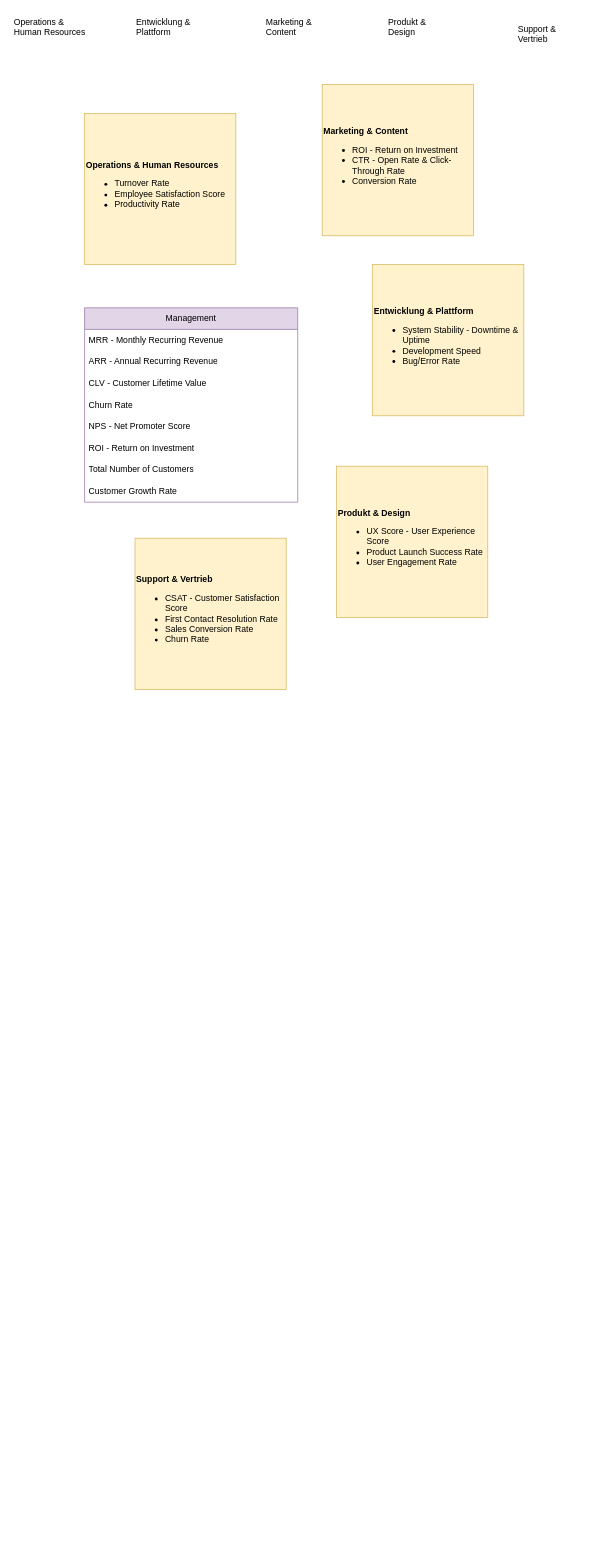
The draw.io diagram Başlıksız Diyagram.drawio in amurataksoy/Drafts, before the edit. Source tidied: cells renumbered, new cells numbered last; positions are measured from the earlier drawing's top-left corner, leaving out a move shared by most shapes. Both pictures are drawn from the tidied source at 72%, with x=0, y=0 at pixel (12, 12).
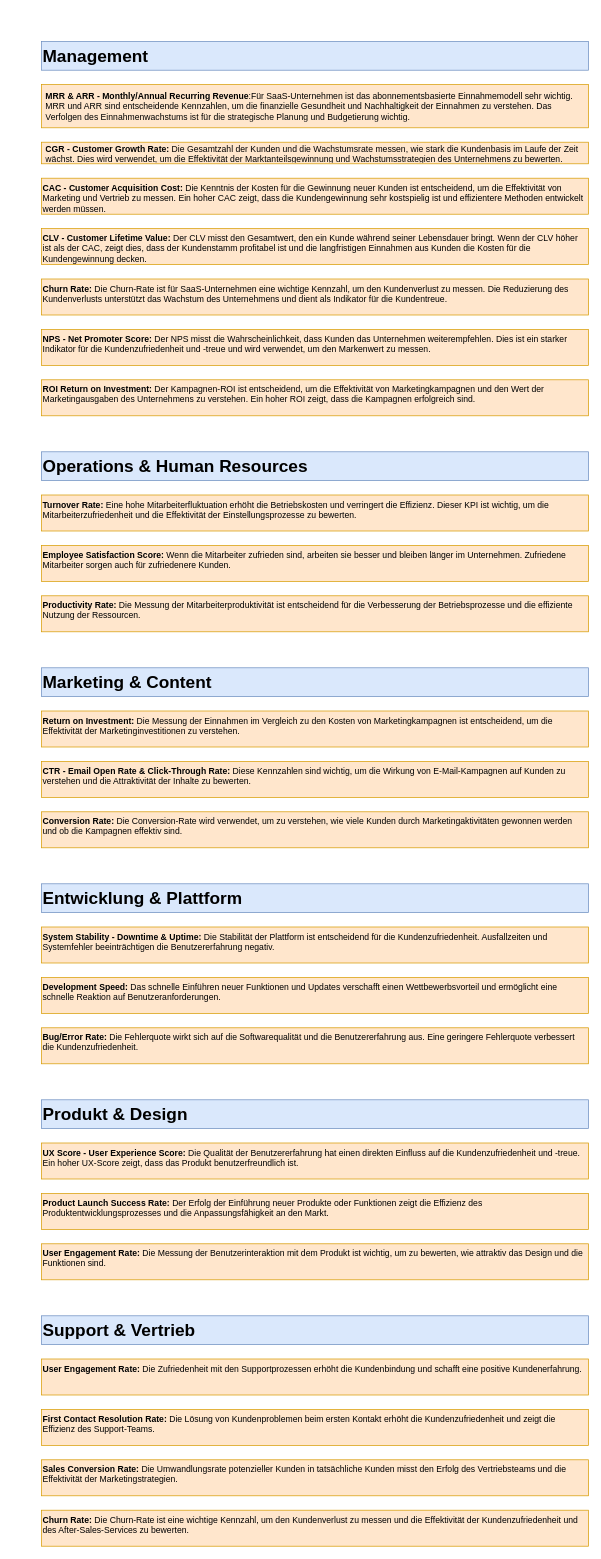
The same page after the edit.

Diff of the diagram source:
```diff
@@
-    <mxCell id="2" value="Operations &amp; &#10;Human Resources" style="text;whiteSpace=wrap;html=1;" parent="1" vertex="1">
-      <mxGeometry width="130" height="50" as="geometry" />
-    </mxCell>
-    <mxCell id="3" value="Entwicklung &amp; &#10;Plattform" style="text;whiteSpace=wrap;html=1;" parent="1" vertex="1">
-      <mxGeometry x="170" width="110" height="50" as="geometry" />
-    </mxCell>
-    <mxCell id="4" value="Produkt &amp; &#10;Design" style="text;whiteSpace=wrap;html=1;" parent="1" vertex="1">
-      <mxGeometry x="520" width="90" height="50" as="geometry" />
-    </mxCell>
-    <mxCell id="5" value="Support &amp; &#10;Vertrieb" style="text;whiteSpace=wrap;html=1;" parent="1" vertex="1">
-      <mxGeometry x="700" y="10" width="90" height="50" as="geometry" />
-    </mxCell>
-    <mxCell id="6" value="Marketing &amp; &#10;Content" style="text;whiteSpace=wrap;html=1;" parent="1" vertex="1">
-      <mxGeometry x="350" width="100" height="50" as="geometry" />
-    </mxCell>
-    <mxCell id="7" value="Management" style="swimlane;fontStyle=0;horizontal=1;startSize=30;whiteSpace=wrap;html=1;fillColor=#e1d5e7;strokeColor=#9673a6;" parent="1" vertex="1">
-      <mxGeometry x="100" y="410" width="296" height="270" as="geometry" />
+    <mxCell id="7" value="&lt;div style=&quot;&quot;&gt;&lt;span style=&quot;background-color: initial;&quot;&gt;&lt;font style=&quot;font-size: 24px;&quot;&gt;&lt;b style=&quot;&quot;&gt;Management&lt;/b&gt;&lt;/font&gt;&lt;/span&gt;&lt;/div&gt;" style="text;whiteSpace=wrap;html=1;fillColor=#dae8fc;strokeColor=#6c8ebf;align=left;" parent="1" vertex="1">
+      <mxGeometry x="40" y="40" width="760" height="40" as="geometry" />
     </mxCell>
-    <mxCell id="8" value="MRR - Monthly Recurring Revenue" style="text;strokeColor=none;fillColor=none;align=left;verticalAlign=middle;spacingLeft=4;spacingRight=4;overflow=hidden;whiteSpace=wrap;html=1;" parent="7" vertex="1">
-      <mxGeometry y="30" width="296" height="30" as="geometry" />
+    <mxCell id="8" value="&lt;b&gt;MRR &amp;amp; ARR - Monthly/Annual Recurring Revenue&lt;/b&gt;:Für SaaS-Unternehmen ist das abonnementsbasierte Einnahmemodell sehr wichtig. MRR und ARR sind entscheidende Kennzahlen, um die finanzielle Gesundheit und Nachhaltigkeit der Einnahmen zu verstehen. Das Verfolgen des Einnahmenwachstums ist für die strategische Planung und Budgetierung wichtig." style="text;strokeColor=#d79b00;fillColor=#ffe6cc;align=left;verticalAlign=middle;spacingLeft=4;spacingRight=4;overflow=hidden;whiteSpace=wrap;html=1;" parent="1" vertex="1">
+      <mxGeometry x="40" y="100" width="760" height="60" as="geometry" />
     </mxCell>
-    <mxCell id="9" value="ARR - Annual Recurring Revenue" style="text;strokeColor=none;fillColor=none;align=left;verticalAlign=middle;spacingLeft=4;spacingRight=4;overflow=hidden;whiteSpace=wrap;html=1;" parent="7" vertex="1">
-      <mxGeometry y="60" width="296" height="30" as="geometry" />
-    </mxCell>
-    <mxCell id="10" value="CLV - Customer Lifetime Value" style="text;strokeColor=none;fillColor=none;align=left;verticalAlign=middle;spacingLeft=4;spacingRight=4;overflow=hidden;whiteSpace=wrap;html=1;" parent="7" vertex="1">
-      <mxGeometry y="90" width="296" height="30" as="geometry" />
-    </mxCell>
-    <mxCell id="11" value="Churn Rate" style="text;strokeColor=none;fillColor=none;align=left;verticalAlign=middle;spacingLeft=4;spacingRight=4;overflow=hidden;whiteSpace=wrap;html=1;" parent="7" vertex="1">
-      <mxGeometry y="120" width="296" height="30" as="geometry" />
-    </mxCell>
-    <mxCell id="12" value="NPS - Net Promoter Score" style="text;strokeColor=none;fillColor=none;align=left;verticalAlign=middle;spacingLeft=4;spacingRight=4;overflow=hidden;whiteSpace=wrap;html=1;" parent="7" vertex="1">
-      <mxGeometry y="150" width="296" height="30" as="geometry" />
-    </mxCell>
-    <mxCell id="13" value="ROI - Return on Investment" style="text;strokeColor=none;fillColor=none;align=left;verticalAlign=middle;spacingLeft=4;spacingRight=4;overflow=hidden;whiteSpace=wrap;html=1;" parent="7" vertex="1">
-      <mxGeometry y="180" width="296" height="30" as="geometry" />
-    </mxCell>
-    <mxCell id="14" value="Total Number of Customers" style="text;strokeColor=none;fillColor=none;align=left;verticalAlign=middle;spacingLeft=4;spacingRight=4;overflow=hidden;whiteSpace=wrap;html=1;" parent="7" vertex="1">
-      <mxGeometry y="210" width="296" height="30" as="geometry" />
+    <mxCell id="14" value="&lt;b&gt;CGR - Customer Growth Rate:&lt;/b&gt;&amp;nbsp;Die Gesamtzahl der Kunden und die Wachstumsrate messen, wie stark die Kundenbasis im Laufe der Zeit wächst. Dies wird verwendet, um die Effektivität der Marktanteilsgewinnung und Wachstumsstrategien des Unternehmens zu bewerten." style="text;strokeColor=#d79b00;fillColor=#ffe6cc;align=left;verticalAlign=middle;spacingLeft=4;spacingRight=4;overflow=hidden;whiteSpace=wrap;html=1;" parent="1" vertex="1">
+      <mxGeometry x="40" y="180" width="760" height="30" as="geometry" />
     </mxCell>
-    <mxCell id="15" value="Customer Growth Rate" style="text;strokeColor=none;fillColor=none;align=left;verticalAlign=middle;spacingLeft=4;spacingRight=4;overflow=hidden;whiteSpace=wrap;html=1;" parent="7" vertex="1">
-      <mxGeometry y="240" width="296" height="30" as="geometry" />
-    </mxCell>
-    <mxCell id="16" value="&lt;div&gt;&lt;b&gt;&lt;span style=&quot;&quot;&gt;Operations &amp;amp;&amp;nbsp;&lt;/span&gt;&lt;span style=&quot;&quot;&gt;Human Resources&lt;/span&gt;&lt;/b&gt;&lt;/div&gt;&lt;div&gt;&lt;ul&gt;&lt;li style=&quot;&quot;&gt;&lt;span style=&quot;&quot;&gt;Turnover Rate&lt;/span&gt;&lt;/li&gt;&lt;li&gt;&lt;span style=&quot;&quot;&gt;Employee Satisfaction Score&lt;/span&gt;&lt;/li&gt;&lt;li style=&quot;&quot;&gt;&lt;span style=&quot;&quot;&gt;Productivity Rate&lt;/span&gt;&lt;/li&gt;&lt;/ul&gt;&lt;/div&gt;" style="whiteSpace=wrap;html=1;align=left;fillColor=#fff2cc;strokeColor=#d6b656;" parent="1" vertex="1">
-      <mxGeometry x="100" y="140" width="210" height="210" as="geometry" />
-    </mxCell>
-    <mxCell id="17" value="&lt;div&gt;&lt;span style=&quot;background-color: initial;&quot;&gt;&lt;b&gt;Marketing &amp;amp; Content&lt;/b&gt;&lt;/span&gt;&lt;/div&gt;&lt;div&gt;&lt;ul&gt;&lt;li style=&quot;&quot;&gt;&lt;span style=&quot;background-color: initial;&quot;&gt;ROI - Return on Investment&lt;/span&gt;&lt;/li&gt;&lt;li style=&quot;&quot;&gt;&lt;span style=&quot;background-color: initial;&quot;&gt;CTR - Open Rate &amp;amp; Click-Through Rate&lt;/span&gt;&lt;/li&gt;&lt;li style=&quot;&quot;&gt;Conversion Rate&lt;/li&gt;&lt;/ul&gt;&lt;/div&gt;" style="whiteSpace=wrap;html=1;align=left;fillColor=#fff2cc;strokeColor=#d6b656;" parent="1" vertex="1">
-      <mxGeometry x="430" y="100" width="210" height="210" as="geometry" />
-    </mxCell>
-    <mxCell id="18" value="&lt;div&gt;&lt;span style=&quot;background-color: initial;&quot;&gt;&lt;b&gt;Entwicklung &amp;amp; Plattform&lt;/b&gt;&lt;/span&gt;&lt;/div&gt;&lt;div&gt;&lt;ul&gt;&lt;li style=&quot;&quot;&gt;&lt;span style=&quot;background-color: initial;&quot;&gt;System Stability - Downtime &amp;amp; Uptime&lt;/span&gt;&lt;/li&gt;&lt;li style=&quot;&quot;&gt;&lt;span style=&quot;background-color: initial;&quot;&gt;Development Speed&lt;/span&gt;&lt;/li&gt;&lt;li style=&quot;&quot;&gt;Bug/Error Rate&lt;/li&gt;&lt;/ul&gt;&lt;/div&gt;" style="whiteSpace=wrap;html=1;align=left;fillColor=#fff2cc;strokeColor=#d6b656;" parent="1" vertex="1">
-      <mxGeometry x="500" y="350" width="210" height="210" as="geometry" />
-    </mxCell>
-    <mxCell id="19" value="&lt;div&gt;&lt;span style=&quot;background-color: initial;&quot;&gt;&lt;b&gt;Produkt &amp;amp; Design&lt;/b&gt;&lt;/span&gt;&lt;/div&gt;&lt;div&gt;&lt;ul&gt;&lt;li style=&quot;&quot;&gt;&lt;span style=&quot;background-color: initial;&quot;&gt;UX Score - User Experience Score&lt;/span&gt;&lt;/li&gt;&lt;li style=&quot;&quot;&gt;&lt;span style=&quot;background-color: initial;&quot;&gt;Product Launch Success Rate&lt;/span&gt;&lt;/li&gt;&lt;li style=&quot;&quot;&gt;User Engagement Rate&lt;/li&gt;&lt;/ul&gt;&lt;/div&gt;" style="whiteSpace=wrap;html=1;align=left;fillColor=#fff2cc;strokeColor=#d6b656;" parent="1" vertex="1">
-      <mxGeometry x="450" y="630" width="210" height="210" as="geometry" />
-    </mxCell>
-    <mxCell id="20" value="&lt;div&gt;&lt;span style=&quot;background-color: initial;&quot;&gt;&lt;b&gt;Support &amp;amp; Vertrieb&lt;/b&gt;&lt;/span&gt;&lt;/div&gt;&lt;div&gt;&lt;ul&gt;&lt;li style=&quot;&quot;&gt;&lt;span style=&quot;background-color: initial;&quot;&gt;CSAT - Customer Satisfaction Score&lt;/span&gt;&lt;/li&gt;&lt;li style=&quot;&quot;&gt;&lt;span style=&quot;background-color: initial;&quot;&gt;First Contact Resolution Rate&lt;/span&gt;&lt;/li&gt;&lt;li style=&quot;&quot;&gt;Sales Conversion Rate&lt;/li&gt;&lt;li style=&quot;&quot;&gt;Churn Rate&lt;/li&gt;&lt;/ul&gt;&lt;/div&gt;" style="whiteSpace=wrap;html=1;align=left;fillColor=#fff2cc;strokeColor=#d6b656;" parent="1" vertex="1">
-      <mxGeometry x="170" y="730" width="210" height="210" as="geometry" />
-    </mxCell>
+    <mxCell id="21" value="&lt;b&gt;CAC - Customer Acquisition Cost:&lt;/b&gt;&amp;nbsp;Die Kenntnis der Kosten für die Gewinnung neuer Kunden ist entscheidend, um die Effektivität von Marketing und Vertrieb zu messen. Ein hoher CAC zeigt, dass die Kundengewinnung sehr kostspielig ist und effizientere Methoden entwickelt werden müssen." style="text;whiteSpace=wrap;html=1;fillColor=#ffe6cc;strokeColor=#d79b00;" parent="1" vertex="1">
+      <mxGeometry x="40" y="230" width="760" height="50" as="geometry" />
+    </mxCell>
+    <mxCell id="22" value="&lt;b&gt;CLV - Customer Lifetime Value:&lt;/b&gt;&amp;nbsp;Der CLV misst den Gesamtwert, den ein Kunde während seiner Lebensdauer bringt. Wenn der CLV höher ist als der CAC, zeigt dies, dass der Kundenstamm profitabel ist und die langfristigen Einnahmen aus Kunden die Kosten für die Kundengewinnung decken." style="text;whiteSpace=wrap;html=1;fillColor=#ffe6cc;strokeColor=#d79b00;" parent="1" vertex="1">
+      <mxGeometry x="40" y="300" width="760" height="50" as="geometry" />
+    </mxCell>
+    <mxCell id="23" value="&lt;b&gt;Churn Rate:&lt;/b&gt;&amp;nbsp;Die Churn-Rate ist für SaaS-Unternehmen eine wichtige Kennzahl, um den Kundenverlust zu messen. Die Reduzierung des Kundenverlusts unterstützt das Wachstum des Unternehmens und dient als Indikator für die Kundentreue." style="text;whiteSpace=wrap;html=1;fillColor=#ffe6cc;strokeColor=#d79b00;" parent="1" vertex="1">
+      <mxGeometry x="40" y="370" width="760" height="50" as="geometry" />
+    </mxCell>
+    <mxCell id="24" value="&lt;b&gt;NPS - Net Promoter Score:&lt;/b&gt;&amp;nbsp;Der NPS misst die Wahrscheinlichkeit, dass Kunden das Unternehmen weiterempfehlen. Dies ist ein starker Indikator für die Kundenzufriedenheit und -treue und wird verwendet, um den Markenwert zu messen." style="text;whiteSpace=wrap;html=1;fillColor=#ffe6cc;strokeColor=#d79b00;" parent="1" vertex="1">
+      <mxGeometry x="40" y="440" width="760" height="50" as="geometry" />
+    </mxCell>
+    <mxCell id="25" value="&lt;b&gt;ROI Return on Investment:&lt;/b&gt;&amp;nbsp;Der Kampagnen-ROI ist entscheidend, um die Effektivität von Marketingkampagnen und den Wert der Marketingausgaben des Unternehmens zu verstehen. Ein hoher ROI zeigt, dass die Kampagnen erfolgreich sind." style="text;whiteSpace=wrap;html=1;fillColor=#ffe6cc;strokeColor=#d79b00;" parent="1" vertex="1">
+      <mxGeometry x="40" y="510" width="760" height="50" as="geometry" />
+    </mxCell>
+    <mxCell id="2" value="&lt;div style=&quot;&quot;&gt;&lt;div&gt;&lt;b&gt;&lt;font style=&quot;font-size: 24px;&quot;&gt;Operations &amp;amp;&amp;nbsp;Human Resources&lt;/font&gt;&lt;/b&gt;&lt;/div&gt;&lt;div&gt;&lt;b&gt;&lt;br&gt;&lt;/b&gt;&lt;/div&gt;&lt;div&gt;&lt;ul&gt;&lt;/ul&gt;&lt;/div&gt;&lt;/div&gt;" style="text;whiteSpace=wrap;html=1;fillColor=#dae8fc;strokeColor=#6c8ebf;align=left;" parent="1" vertex="1">
+      <mxGeometry x="40" y="610" width="760" height="40" as="geometry" />
+    </mxCell>
+    <mxCell id="26" value="&lt;b&gt;Turnover Rate:&lt;/b&gt;&amp;nbsp;Eine hohe Mitarbeiterfluktuation erhöht die Betriebskosten und verringert die Effizienz. Dieser KPI ist wichtig, um die Mitarbeiterzufriedenheit und die Effektivität der Einstellungsprozesse zu bewerten." style="text;whiteSpace=wrap;html=1;fillColor=#ffe6cc;strokeColor=#d79b00;" parent="1" vertex="1">
+      <mxGeometry x="40" y="670" width="760" height="50" as="geometry" />
+    </mxCell>
+    <mxCell id="27" value="&lt;b&gt;Employee Satisfaction Score:&lt;/b&gt;&amp;nbsp;Wenn die Mitarbeiter zufrieden sind, arbeiten sie besser und bleiben länger im Unternehmen. Zufriedene Mitarbeiter sorgen auch für zufriedenere Kunden." style="text;whiteSpace=wrap;html=1;fillColor=#ffe6cc;strokeColor=#d79b00;" parent="1" vertex="1">
+      <mxGeometry x="40" y="740" width="760" height="50" as="geometry" />
+    </mxCell>
+    <mxCell id="28" value="&lt;b&gt;Productivity Rate:&lt;/b&gt;&amp;nbsp;Die Messung der Mitarbeiterproduktivität ist entscheidend für die Verbesserung der Betriebsprozesse und die effiziente Nutzung der Ressourcen." style="text;whiteSpace=wrap;html=1;fillColor=#ffe6cc;strokeColor=#d79b00;" parent="1" vertex="1">
+      <mxGeometry x="40" y="810" width="760" height="50" as="geometry" />
+    </mxCell>
+    <mxCell id="6" value="&lt;div style=&quot;&quot;&gt;&lt;div&gt;&lt;span style=&quot;background-color: initial;&quot;&gt;&lt;font style=&quot;font-size: 24px;&quot;&gt;&lt;b&gt;Marketing &amp;amp; Content&lt;/b&gt;&lt;/font&gt;&lt;/span&gt;&lt;/div&gt;&lt;div&gt;&lt;b&gt;&lt;br&gt;&lt;/b&gt;&lt;/div&gt;&lt;div&gt;&lt;ul&gt;&lt;/ul&gt;&lt;/div&gt;&lt;/div&gt;" style="text;whiteSpace=wrap;html=1;fillColor=#dae8fc;strokeColor=#6c8ebf;align=left;" parent="1" vertex="1">
+      <mxGeometry x="40" y="910" width="760" height="40" as="geometry" />
+    </mxCell>
+    <mxCell id="29" value="&lt;b&gt;Return on Investment:&lt;/b&gt;&amp;nbsp;Die Messung der Einnahmen im Vergleich zu den Kosten von Marketingkampagnen ist entscheidend, um die Effektivität der Marketinginvestitionen zu verstehen." style="text;whiteSpace=wrap;html=1;fillColor=#ffe6cc;strokeColor=#d79b00;" parent="1" vertex="1">
+      <mxGeometry x="40" y="970" width="760" height="50" as="geometry" />
+    </mxCell>
+    <mxCell id="30" value="&lt;b&gt;CTR - Email Open Rate &amp;amp; Click-Through Rate:&lt;/b&gt;&amp;nbsp;Diese Kennzahlen sind wichtig, um die Wirkung von E-Mail-Kampagnen auf Kunden zu verstehen und die Attraktivität der Inhalte zu bewerten." style="text;whiteSpace=wrap;html=1;fillColor=#ffe6cc;strokeColor=#d79b00;" parent="1" vertex="1">
+      <mxGeometry x="40" y="1040" width="760" height="50" as="geometry" />
+    </mxCell>
+    <mxCell id="31" value="&lt;b&gt;Conversion Rate:&lt;/b&gt;&amp;nbsp;Die Conversion-Rate wird verwendet, um zu verstehen, wie viele Kunden durch Marketingaktivitäten gewonnen werden und ob die Kampagnen effektiv sind." style="text;whiteSpace=wrap;html=1;fillColor=#ffe6cc;strokeColor=#d79b00;" parent="1" vertex="1">
+      <mxGeometry x="40" y="1110" width="760" height="50" as="geometry" />
+    </mxCell>
+    <mxCell id="3" value="&lt;div style=&quot;&quot;&gt;&lt;div&gt;&lt;b&gt;&lt;font style=&quot;font-size: 24px;&quot;&gt;Entwicklung &amp;amp; Plattform&lt;/font&gt;&lt;/b&gt;&lt;/div&gt;&lt;div&gt;&lt;ul&gt;&lt;/ul&gt;&lt;/div&gt;&lt;/div&gt;" style="text;whiteSpace=wrap;html=1;fillColor=#dae8fc;strokeColor=#6c8ebf;align=left;" parent="1" vertex="1">
+      <mxGeometry x="40" y="1210" width="760" height="40" as="geometry" />
+    </mxCell>
+    <mxCell id="32" value="&lt;b&gt;System Stability - Downtime &amp;amp; Uptime:&lt;/b&gt;&amp;nbsp;Die Stabilität der Plattform ist entscheidend für die Kundenzufriedenheit. Ausfallzeiten und Systemfehler beeinträchtigen die Benutzererfahrung negativ." style="text;whiteSpace=wrap;html=1;fillColor=#ffe6cc;strokeColor=#d79b00;" parent="1" vertex="1">
+      <mxGeometry x="40" y="1270" width="760" height="50" as="geometry" />
+    </mxCell>
+    <mxCell id="33" value="&lt;b&gt;Development Speed:&lt;/b&gt;&amp;nbsp;Das schnelle Einführen neuer Funktionen und Updates verschafft einen Wettbewerbsvorteil und ermöglicht eine schnelle Reaktion auf Benutzeranforderungen." style="text;whiteSpace=wrap;html=1;fillColor=#ffe6cc;strokeColor=#d79b00;" parent="1" vertex="1">
+      <mxGeometry x="40" y="1340" width="760" height="50" as="geometry" />
+    </mxCell>
+    <mxCell id="34" value="&lt;b&gt;Bug/Error Rate:&lt;/b&gt;&amp;nbsp;Die Fehlerquote wirkt sich auf die Softwarequalität und die Benutzererfahrung aus. Eine geringere Fehlerquote verbessert die Kundenzufriedenheit." style="text;whiteSpace=wrap;html=1;fillColor=#ffe6cc;strokeColor=#d79b00;" parent="1" vertex="1">
+      <mxGeometry x="40" y="1410" width="760" height="50" as="geometry" />
+    </mxCell>
+    <mxCell id="4" value="&lt;div style=&quot;&quot;&gt;&lt;div&gt;&lt;b&gt;&lt;font style=&quot;font-size: 24px;&quot;&gt;Produkt &amp;amp; Design&lt;/font&gt;&lt;/b&gt;&lt;/div&gt;&lt;div&gt;&lt;ul&gt;&lt;/ul&gt;&lt;/div&gt;&lt;/div&gt;" style="text;whiteSpace=wrap;html=1;fillColor=#dae8fc;strokeColor=#6c8ebf;align=left;" parent="1" vertex="1">
+      <mxGeometry x="40" y="1510" width="760" height="40" as="geometry" />
+    </mxCell>
+    <mxCell id="35" value="&lt;b&gt;UX Score - User Experience Score:&lt;/b&gt;&amp;nbsp;Die Qualität der Benutzererfahrung hat einen direkten Einfluss auf die Kundenzufriedenheit und -treue. Ein hoher UX-Score zeigt, dass das Produkt benutzerfreundlich ist." style="text;whiteSpace=wrap;html=1;fillColor=#ffe6cc;strokeColor=#d79b00;" parent="1" vertex="1">
+      <mxGeometry x="40" y="1570" width="760" height="50" as="geometry" />
+    </mxCell>
+    <mxCell id="36" value="&lt;b&gt;Product Launch Success Rate:&lt;/b&gt;&amp;nbsp;&lt;span style=&quot;background-color: initial;&quot;&gt;Der Erfolg der Einführung neuer Produkte oder Funktionen zeigt die Effizienz des Produktentwicklungsprozesses und die Anpassungsfähigkeit an den Markt.&lt;/span&gt;" style="text;whiteSpace=wrap;html=1;fillColor=#ffe6cc;strokeColor=#d79b00;" parent="1" vertex="1">
+      <mxGeometry x="40" y="1640" width="760" height="50" as="geometry" />
+    </mxCell>
+    <mxCell id="37" value="&lt;b&gt;User Engagement Rate:&lt;/b&gt;&amp;nbsp;Die Messung der Benutzerinteraktion mit dem Produkt ist wichtig, um zu bewerten, wie attraktiv das Design und die Funktionen sind." style="text;whiteSpace=wrap;html=1;fillColor=#ffe6cc;strokeColor=#d79b00;" parent="1" vertex="1">
+      <mxGeometry x="40" y="1710" width="760" height="50" as="geometry" />
+    </mxCell>
+    <mxCell id="5" value="&lt;div style=&quot;&quot;&gt;&lt;div&gt;&lt;b&gt;&lt;font style=&quot;font-size: 24px;&quot;&gt;Support &amp;amp; Vertrieb&lt;/font&gt;&lt;/b&gt;&lt;/div&gt;&lt;div&gt;&lt;ul&gt;&lt;/ul&gt;&lt;/div&gt;&lt;/div&gt;" style="text;whiteSpace=wrap;html=1;fillColor=#dae8fc;strokeColor=#6c8ebf;align=left;" parent="1" vertex="1">
+      <mxGeometry x="40" y="1810" width="760" height="40" as="geometry" />
+    </mxCell>
+    <mxCell id="38" value="&lt;b&gt;User Engagement Rate:&lt;/b&gt;&amp;nbsp;Die Zufriedenheit mit den Supportprozessen erhöht die Kundenbindung und schafft eine positive Kundenerfahrung." style="text;whiteSpace=wrap;html=1;fillColor=#ffe6cc;strokeColor=#d79b00;" parent="1" vertex="1">
+      <mxGeometry x="40" y="1870" width="760" height="50" as="geometry" />
+    </mxCell>
+    <mxCell id="39" value="&lt;b&gt;First Contact Resolution Rate:&lt;/b&gt;&amp;nbsp;Die Lösung von Kundenproblemen beim ersten Kontakt erhöht die Kundenzufriedenheit und zeigt die Effizienz des Support-Teams." style="text;whiteSpace=wrap;html=1;fillColor=#ffe6cc;strokeColor=#d79b00;" parent="1" vertex="1">
+      <mxGeometry x="40" y="1940" width="760" height="50" as="geometry" />
+    </mxCell>
+    <mxCell id="40" value="&lt;b&gt;Sales Conversion Rate:&lt;/b&gt;&amp;nbsp;Die Umwandlungsrate potenzieller Kunden in tatsächliche Kunden misst den Erfolg des Vertriebsteams und die Effektivität der Marketingstrategien." style="text;whiteSpace=wrap;html=1;fillColor=#ffe6cc;strokeColor=#d79b00;" parent="1" vertex="1">
+      <mxGeometry x="40" y="2010" width="760" height="50" as="geometry" />
+    </mxCell>
+    <mxCell id="41" value="&lt;b&gt;Churn Rate:&lt;/b&gt;&amp;nbsp;Die Churn-Rate ist eine wichtige Kennzahl, um den Kundenverlust zu messen und die Effektivität der Kundenzufriedenheit und des After-Sales-Services zu bewerten." style="text;whiteSpace=wrap;html=1;fillColor=#ffe6cc;strokeColor=#d79b00;" parent="1" vertex="1">
+      <mxGeometry x="40" y="2080" width="760" height="50" as="geometry" />
+    </mxCell>
```
